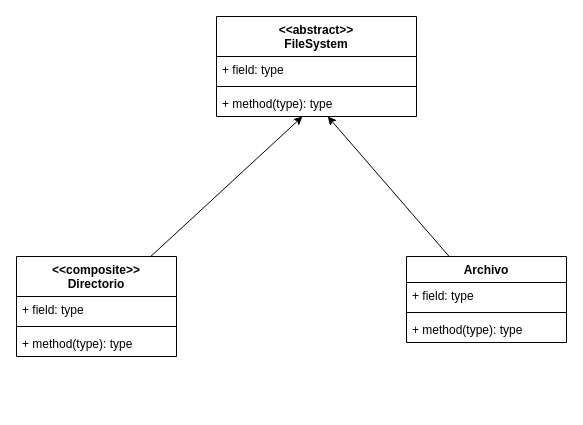
Earlier version of the draw.io diagram P2/ej3/diagrama.drawio (Octa-R/OOII_22). Source tidied: cells renumbered, new cells numbered last; positions are measured from the earlier drawing's top-left corner, leaving out a move shared by most shapes. Both pictures are drawn from the tidied source at 100%, with x=0, y=0 at pixel (16, 16).
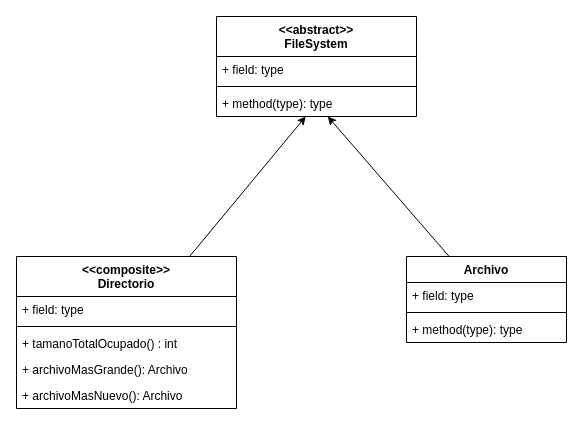
The same diagram, later.

The edit, as a diff of the source:
```diff
@@
 <mxGraphModel>
   <root>
     <mxCell id="0" />
     <mxCell id="1" parent="0" />
     <mxCell id="2" style="edgeStyle=none;html=1;" parent="1" edge="1" source="3" target="15">
       <mxGeometry relative="1" as="geometry" />
     </mxCell>
     <mxCell id="3" value="Archivo" style="swimlane;fontStyle=1;align=center;verticalAlign=top;horizontal=1;startSize=26;" parent="1" vertex="1">
       <mxGeometry x="390" y="240" width="160" height="86" as="geometry" />
     </mxCell>
     <mxCell id="4" value="+ field: type" style="text;strokeColor=none;fillColor=none;align=left;verticalAlign=top;spacingLeft=4;spacingRight=4;overflow=hidden;" parent="3" vertex="1">
       <mxGeometry y="26" width="160" height="26" as="geometry" />
     </mxCell>
     <mxCell id="5" style="line;strokeWidth=1;fillColor=none;align=left;verticalAlign=middle;spacingTop=-1;spacingLeft=3;spacingRight=3;labelPosition=right;" parent="3" vertex="1">
       <mxGeometry y="52" width="160" height="8" as="geometry" />
     </mxCell>
     <mxCell id="6" value="+ method(type): type" style="text;strokeColor=none;fillColor=none;align=left;verticalAlign=top;spacingLeft=4;spacingRight=4;overflow=hidden;" parent="3" vertex="1">
       <mxGeometry y="60" width="160" height="26" as="geometry" />
     </mxCell>
     <mxCell id="7" style="edgeStyle=none;html=1;" parent="1" edge="1" source="8" target="15">
       <mxGeometry relative="1" as="geometry" />
     </mxCell>
     <mxCell id="8" value="&lt;&lt;composite&gt;&gt;&#10;Directorio" style="swimlane;fontStyle=1;align=center;verticalAlign=top;horizontal=1;startSize=40;" parent="1" vertex="1">
-      <mxGeometry y="240" width="160" height="100" as="geometry" />
+      <mxGeometry y="240" width="220" height="152" as="geometry" />
     </mxCell>
     <mxCell id="9" value="+ field: type" style="text;strokeColor=none;fillColor=none;align=left;verticalAlign=top;spacingLeft=4;spacingRight=4;overflow=hidden;" parent="8" vertex="1">
-      <mxGeometry y="40" width="160" height="26" as="geometry" />
+      <mxGeometry y="40" width="220" height="26" as="geometry" />
     </mxCell>
     <mxCell id="10" style="line;strokeWidth=1;fillColor=none;align=left;verticalAlign=middle;spacingTop=-1;spacingLeft=3;spacingRight=3;labelPosition=right;" parent="8" vertex="1">
-      <mxGeometry y="66" width="160" height="8" as="geometry" />
+      <mxGeometry y="66" width="220" height="8" as="geometry" />
     </mxCell>
-    <mxCell id="11" value="+ method(type): type" style="text;strokeColor=none;fillColor=none;align=left;verticalAlign=top;spacingLeft=4;spacingRight=4;overflow=hidden;" parent="8" vertex="1">
-      <mxGeometry y="74" width="160" height="26" as="geometry" />
+    <mxCell id="11" value="+ tamanoTotalOcupado() : int" style="text;strokeColor=none;fillColor=none;align=left;verticalAlign=top;spacingLeft=4;spacingRight=4;overflow=hidden;" parent="8" vertex="1">
+      <mxGeometry y="74" width="220" height="26" as="geometry" />
     </mxCell>
+    <mxCell id="16" value="+ archivoMasGrande(): Archivo" style="text;strokeColor=none;fillColor=none;align=left;verticalAlign=top;spacingLeft=4;spacingRight=4;overflow=hidden;" parent="8" vertex="1">
+      <mxGeometry y="100" width="220" height="26" as="geometry" />
+    </mxCell>
+    <mxCell id="17" value="+ archivoMasNuevo(): Archivo" style="text;strokeColor=none;fillColor=none;align=left;verticalAlign=top;spacingLeft=4;spacingRight=4;overflow=hidden;" parent="8" vertex="1">
+      <mxGeometry y="126" width="220" height="26" as="geometry" />
+    </mxCell>
     <mxCell id="12" value="&lt;&lt;abstract&gt;&gt;&#10;FileSystem" style="swimlane;fontStyle=1;align=center;verticalAlign=top;horizontal=1;startSize=40;" parent="1" vertex="1">
       <mxGeometry x="200" width="200" height="100" as="geometry" />
     </mxCell>
     <mxCell id="13" value="+ field: type" style="text;strokeColor=none;fillColor=none;align=left;verticalAlign=top;spacingLeft=4;spacingRight=4;overflow=hidden;" parent="12" vertex="1">
       <mxGeometry y="40" width="200" height="26" as="geometry" />
     </mxCell>
     <mxCell id="14" style="line;strokeWidth=1;fillColor=none;align=left;verticalAlign=middle;spacingTop=-1;spacingLeft=3;spacingRight=3;labelPosition=right;" parent="12" vertex="1">
       <mxGeometry y="66" width="200" height="8" as="geometry" />
     </mxCell>
     <mxCell id="15" value="+ method(type): type" style="text;strokeColor=none;fillColor=none;align=left;verticalAlign=top;spacingLeft=4;spacingRight=4;overflow=hidden;points=[[0,0.5],[1,0.5]];portConstraint=eastwest;" parent="12" vertex="1">
       <mxGeometry y="74" width="200" height="26" as="geometry" />
     </mxCell>
   </root>
 </mxGraphModel>
```
